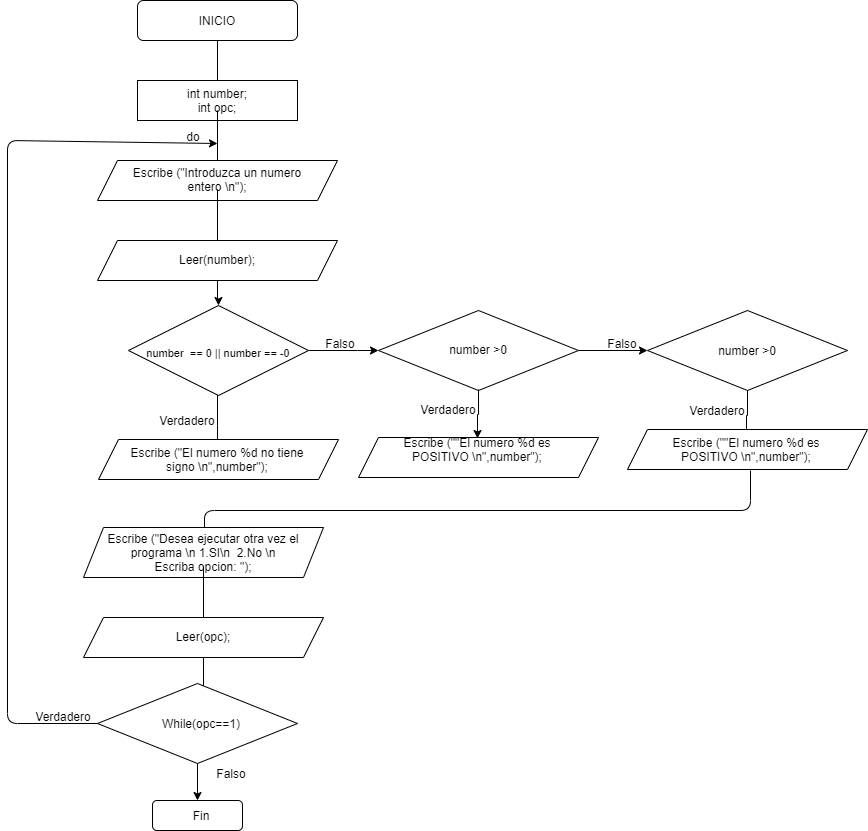
Xfirepc/FisicaParaInfo keeps this draw.io diagram as Fundamentos de programación/Ejercicio3.png. Above is the earlier version. Source tidied: cells renumbered, new cells last; positions are measured from the earlier drawing's top-left corner, leaving out a move shared by most shapes.
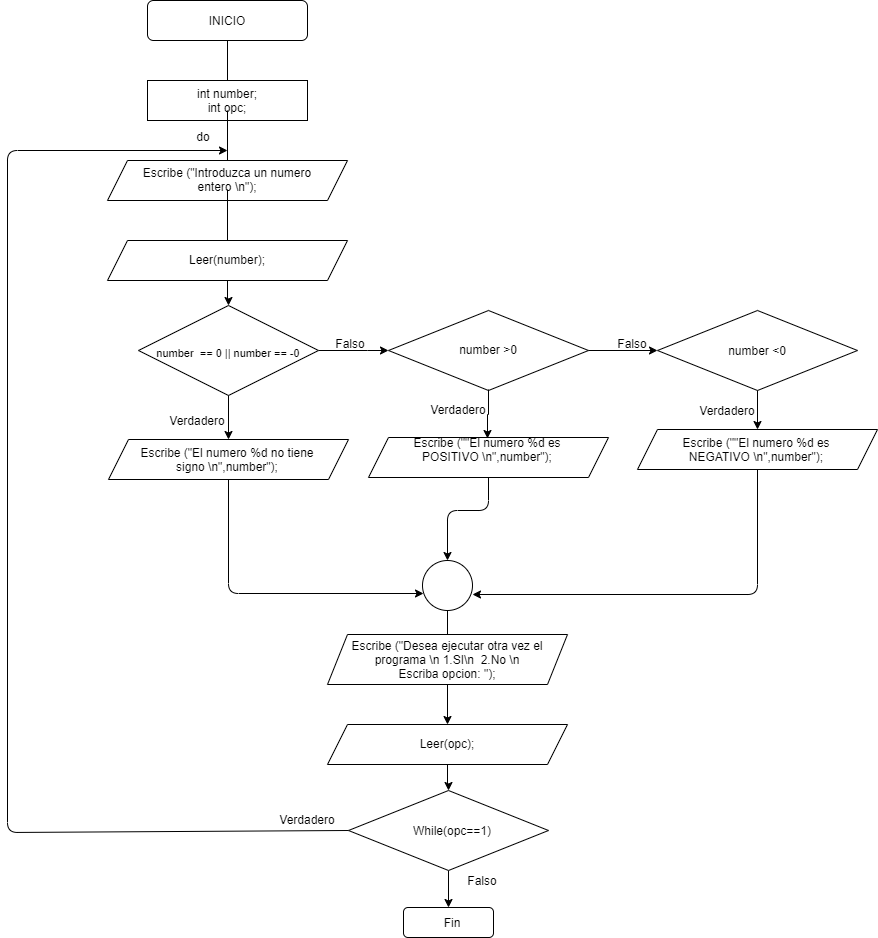
Later version of the same file.

Commit message:
Agrego nuevo png de ejercicio 3

What changed in the source:
```diff
@@ -29,14 +29,6 @@
     <mxCell id="10" value="Escribe (&quot;Introduzca un numero entero \n&quot;);" style="text;html=1;strokeColor=none;fillColor=none;align=center;verticalAlign=middle;whiteSpace=wrap;rounded=0;" parent="1" vertex="1">
       <mxGeometry x="110" y="169" width="200" height="20" as="geometry" />
     </mxCell>
-    <mxCell id="11" style="edgeStyle=orthogonalEdgeStyle;rounded=0;jettySize=auto;html=1;" parent="1" edge="1" source="13" target="19">
-      <mxGeometry relative="1" as="geometry">
-        <Array as="points">
-          <mxPoint x="210" y="425" />
-          <mxPoint x="210" y="425" />
-        </Array>
-      </mxGeometry>
-    </mxCell>
     <mxCell id="12" style="edgeStyle=orthogonalEdgeStyle;rounded=0;jettySize=auto;html=1;exitX=1;exitY=0.5;exitDx=0;exitDy=0;entryX=0;entryY=0.5;entryDx=0;entryDy=0;" parent="1" edge="1" source="13" target="21">
       <mxGeometry relative="1" as="geometry">
         <Array as="points">
@@ -94,72 +86,62 @@
     <mxCell id="26" style="rhombus;whiteSpace=wrap;html=1;" parent="1" vertex="1">
       <mxGeometry x="640" y="310" width="200" height="80" as="geometry" />
     </mxCell>
-    <mxCell id="27" value="number &amp;gt;0" style="text;html=1;strokeColor=none;fillColor=none;align=center;verticalAlign=middle;whiteSpace=wrap;rounded=0;" parent="1" vertex="1">
+    <mxCell id="27" value="number &amp;lt;0" style="text;html=1;strokeColor=none;fillColor=none;align=center;verticalAlign=middle;whiteSpace=wrap;rounded=0;" parent="1" vertex="1">
       <mxGeometry x="690" y="340" width="100" height="20" as="geometry" />
     </mxCell>
-    <mxCell id="28" style="edgeStyle=orthogonalEdgeStyle;rounded=0;jettySize=auto;html=1;" parent="1" edge="1" target="30">
-      <mxGeometry relative="1" as="geometry">
-        <mxPoint x="740" y="390" as="sourcePoint" />
-        <Array as="points">
-          <mxPoint x="740" y="415" />
-          <mxPoint x="739" y="415" />
-        </Array>
-      </mxGeometry>
-    </mxCell>
     <mxCell id="29" style="shape=parallelogram;perimeter=parallelogramPerimeter;whiteSpace=wrap;html=1;fixedSize=1;" parent="1" vertex="1">
       <mxGeometry x="620" y="429" width="240" height="40" as="geometry" />
     </mxCell>
-    <mxCell id="30" value="Escribe (&quot;&quot;El numero %d es POSITIVO \n&quot;,number&quot;);" style="text;html=1;strokeColor=none;fillColor=none;align=center;verticalAlign=middle;whiteSpace=wrap;rounded=0;" parent="1" vertex="1">
+    <mxCell id="30" value="Escribe (&quot;&quot;El numero %d es NEGATIVO \n&quot;,number&quot;);" style="text;html=1;strokeColor=none;fillColor=none;align=center;verticalAlign=middle;whiteSpace=wrap;rounded=0;" parent="1" vertex="1">
       <mxGeometry x="639" y="439" width="200" height="20" as="geometry" />
     </mxCell>
     <mxCell id="31" style="shape=parallelogram;perimeter=parallelogramPerimeter;whiteSpace=wrap;html=1;fixedSize=1;" parent="1" vertex="1">
-      <mxGeometry x="76" y="527" width="240" height="50" as="geometry" />
+      <mxGeometry x="310" y="634" width="240" height="50" as="geometry" />
     </mxCell>
-    <mxCell id="32" style="edgeStyle=orthogonalEdgeStyle;rounded=0;jettySize=auto;html=1;" parent="1" edge="1" source="33" target="36">
+    <mxCell id="32" style="edgeStyle=orthogonalEdgeStyle;rounded=0;jettySize=auto;html=1;entryX=0.5;entryY=0;entryDx=0;entryDy=0;exitX=0.5;exitY=1;exitDx=0;exitDy=0;" parent="1" edge="1" source="31" target="35">
       <mxGeometry relative="1" as="geometry" />
     </mxCell>
     <mxCell id="33" value="Escribe (&quot;Desea ejecutar otra vez el programa&amp;nbsp;\n 1.SI\n&amp;nbsp; 2.No \n&lt;br&gt;Escriba opcion: &quot;);" style="text;html=1;strokeColor=none;fillColor=none;align=center;verticalAlign=middle;whiteSpace=wrap;rounded=0;" parent="1" vertex="1">
-      <mxGeometry x="96" y="537" width="200" height="29" as="geometry" />
+      <mxGeometry x="330" y="644" width="200" height="29" as="geometry" />
     </mxCell>
-    <mxCell id="34" style="edgeStyle=orthogonalEdgeStyle;rounded=0;jettySize=auto;html=1;" parent="1" edge="1" source="35" target="39">
+    <mxCell id="34" style="edgeStyle=orthogonalEdgeStyle;rounded=0;jettySize=auto;html=1;entryX=0.5;entryY=0;entryDx=0;entryDy=0;" parent="1" edge="1" source="35" target="38">
       <mxGeometry relative="1" as="geometry" />
     </mxCell>
     <mxCell id="35" style="shape=parallelogram;perimeter=parallelogramPerimeter;whiteSpace=wrap;html=1;fixedSize=1;" parent="1" vertex="1">
-      <mxGeometry x="76" y="617" width="240" height="40" as="geometry" />
+      <mxGeometry x="310" y="724" width="240" height="40" as="geometry" />
     </mxCell>
     <mxCell id="36" value="Leer(opc);" style="text;html=1;strokeColor=none;fillColor=none;align=center;verticalAlign=middle;whiteSpace=wrap;rounded=0;" parent="1" vertex="1">
-      <mxGeometry x="96" y="626" width="200" height="20" as="geometry" />
+      <mxGeometry x="330" y="733" width="200" height="20" as="geometry" />
     </mxCell>
     <mxCell id="37" style="edgeStyle=orthogonalEdgeStyle;rounded=0;jettySize=auto;html=1;entryX=0.5;entryY=0;entryDx=0;entryDy=0;" parent="1" edge="1" source="38" target="40">
       <mxGeometry relative="1" as="geometry" />
     </mxCell>
     <mxCell id="38" style="rhombus;whiteSpace=wrap;html=1;" parent="1" vertex="1">
-      <mxGeometry x="90" y="683" width="200" height="80" as="geometry" />
+      <mxGeometry x="331" y="790" width="200" height="80" as="geometry" />
     </mxCell>
     <mxCell id="39" value="While(opc==1)" style="text;html=1;strokeColor=none;fillColor=none;align=center;verticalAlign=middle;whiteSpace=wrap;rounded=0;" parent="1" vertex="1">
-      <mxGeometry x="144" y="713" width="100" height="20" as="geometry" />
+      <mxGeometry x="385" y="820" width="100" height="20" as="geometry" />
     </mxCell>
     <mxCell id="40" style="rounded=1;whiteSpace=wrap;html=1;" parent="1" vertex="1">
-      <mxGeometry x="145" y="800" width="90" height="30" as="geometry" />
+      <mxGeometry x="386" y="907" width="90" height="30" as="geometry" />
     </mxCell>
     <mxCell id="41" value="Fin" style="text;html=1;strokeColor=none;fillColor=none;align=center;verticalAlign=middle;whiteSpace=wrap;rounded=0;" parent="1" vertex="1">
-      <mxGeometry x="174" y="805" width="40" height="20" as="geometry" />
+      <mxGeometry x="415" y="912" width="40" height="20" as="geometry" />
     </mxCell>
-    <mxCell id="42" style="endArrow=classic;html=1;" parent="1" edge="1">
+    <mxCell id="42" style="endArrow=classic;html=1;exitX=0;exitY=0.5;exitDx=0;exitDy=0;" parent="1" edge="1" source="38">
       <mxGeometry relative="1" as="geometry">
-        <mxPoint x="90" y="723" as="sourcePoint" />
-        <mxPoint x="210" y="143" as="targetPoint" />
+        <mxPoint x="210" y="150" as="targetPoint" />
         <Array as="points">
-          <mxPoint y="723" />
-          <mxPoint y="140" />
+          <mxPoint x="-10" y="832" />
+          <mxPoint x="-10" y="150" />
         </Array>
       </mxGeometry>
     </mxCell>
     <mxCell id="43" value="Falso" style="text;html=1;strokeColor=none;fillColor=none;align=center;verticalAlign=middle;whiteSpace=wrap;rounded=0;" parent="1" vertex="1">
-      <mxGeometry x="204" y="763" width="40" height="20" as="geometry" />
+      <mxGeometry x="445" y="870" width="40" height="20" as="geometry" />
     </mxCell>
     <mxCell id="44" value="Verdadero" style="text;html=1;strokeColor=none;fillColor=none;align=center;verticalAlign=middle;whiteSpace=wrap;rounded=0;" parent="1" vertex="1">
-      <mxGeometry x="36" y="706" width="40" height="20" as="geometry" />
+      <mxGeometry x="270" y="809" width="40" height="20" as="geometry" />
     </mxCell>
     <mxCell id="45" value="do" style="text;html=1;strokeColor=none;fillColor=none;align=center;verticalAlign=middle;whiteSpace=wrap;rounded=0;" parent="1" vertex="1">
       <mxGeometry x="168" y="131" width="36" height="10" as="geometry" />
@@ -179,15 +161,39 @@
     <mxCell id="50" value="Falso" style="text;html=1;strokeColor=none;fillColor=none;align=center;verticalAlign=middle;whiteSpace=wrap;rounded=0;" parent="1" vertex="1">
       <mxGeometry x="600" y="336.5" width="30" height="13" as="geometry" />
     </mxCell>
-    <mxCell id="51" style="endArrow=none;html=1;" parent="1" edge="1">
-      <mxGeometry relative="1" as="geometry">
-        <mxPoint x="197" y="527" as="sourcePoint" />
-        <mxPoint x="743" y="470" as="targetPoint" />
-        <Array as="points">
-          <mxPoint x="197" y="510" />
-          <mxPoint x="743" y="510" />
-        </Array>
-      </mxGeometry>
-    </mxCell>
+    <mxCell id="52" style="ellipse;whiteSpace=wrap;html=1;" parent="1" vertex="1">
+      <mxGeometry x="405" y="560" width="50" height="50" as="geometry" />
+    </mxCell>
+    <mxCell id="53" style="endArrow=classic;html=1;exitX=0.5;exitY=1;exitDx=0;exitDy=0;entryX=0.5;entryY=0;entryDx=0;entryDy=0;" parent="1" edge="1" source="24" target="52">
+      <mxGeometry relative="1" as="geometry">
+        <Array as="points">
+          <mxPoint x="471" y="510" />
+          <mxPoint x="430" y="510" />
+        </Array>
+      </mxGeometry>
+    </mxCell>
+    <mxCell id="54" style="endArrow=classic;html=1;exitX=0.5;exitY=1;exitDx=0;exitDy=0;entryX=0.02;entryY=0.66;entryDx=0;entryDy=0;entryPerimeter=0;" parent="1" edge="1" source="18" target="52">
+      <mxGeometry relative="1" as="geometry">
+        <Array as="points">
+          <mxPoint x="211" y="593" />
+        </Array>
+      </mxGeometry>
+    </mxCell>
+    <mxCell id="55" style="endArrow=classic;html=1;exitX=0.5;exitY=1;exitDx=0;exitDy=0;entryX=1;entryY=0.68;entryDx=0;entryDy=0;entryPerimeter=0;" parent="1" edge="1" source="29" target="52">
+      <mxGeometry relative="1" as="geometry">
+        <Array as="points">
+          <mxPoint x="740" y="594" />
+        </Array>
+      </mxGeometry>
+    </mxCell>
+    <mxCell id="56" style="endArrow=none;html=1;entryX=0.5;entryY=1;entryDx=0;entryDy=0;exitX=0.5;exitY=0;exitDx=0;exitDy=0;" parent="1" edge="1" source="31" target="52">
+      <mxGeometry relative="1" as="geometry" />
+    </mxCell>
+    <mxCell id="57" style="endArrow=classic;html=1;exitX=0.5;exitY=1;exitDx=0;exitDy=0;entryX=0.5;entryY=0;entryDx=0;entryDy=0;" parent="1" edge="1" source="13" target="18">
+      <mxGeometry relative="1" as="geometry" />
+    </mxCell>
+    <mxCell id="58" style="endArrow=classic;html=1;exitX=0.5;exitY=1;exitDx=0;exitDy=0;entryX=0.5;entryY=0;entryDx=0;entryDy=0;" parent="1" edge="1" source="26" target="29">
+      <mxGeometry relative="1" as="geometry" />
+    </mxCell>
   </root>
 </mxGraphModel>
```
